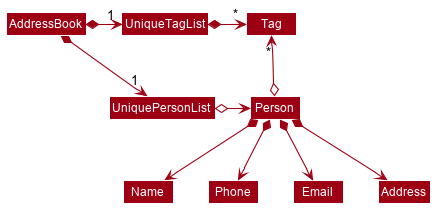
nus-cs2103-AY1920S2/addressbook-level3 keeps this PlantUML diagram as docs/images/BetterModelClassDiagram.png. Above is the earlier version.
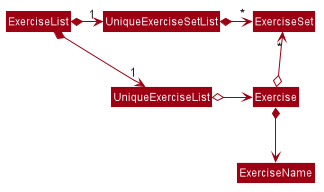
Later version of the same file.

Commit message:
Update new UML diagram png (#80)

The edit, as a diff of the source:
```diff
@@ -51,18 +51,15 @@
 skinparam arrowColor #9D0012
 skinparam classBackgroundColor #9D0012
 
-AddressBook *-right-> "1" UniquePersonList
-AddressBook *-right-> "1" UniqueTagList
-UniqueTagList -[hidden]down- UniquePersonList
-UniqueTagList -[hidden]down- UniquePersonList
+ExerciseList *-right-> "1" UniqueExerciseList
+ExerciseList *-right-> "1" UniqueExerciseSetList
+UniqueExerciseSetList -[hidden]down- UniqueExerciseList
+UniqueExerciseSetList -[hidden]down- UniqueExerciseList
 
-UniqueTagList *-right-> "*" Tag
-UniquePersonList o-right-> Person
+UniqueExerciseSetList *-right-> "*" ExerciseSet
+UniqueExerciseList o-right-> Exercise
 
-Person o-up-> "*" Tag
+Exercise o-up-> "*" ExerciseSet
 
-Person *--> Name
-Person *--> Phone
-Person *--> Email
-Person *--> Address
+Exercise *--> ExerciseName
 @enduml
```
